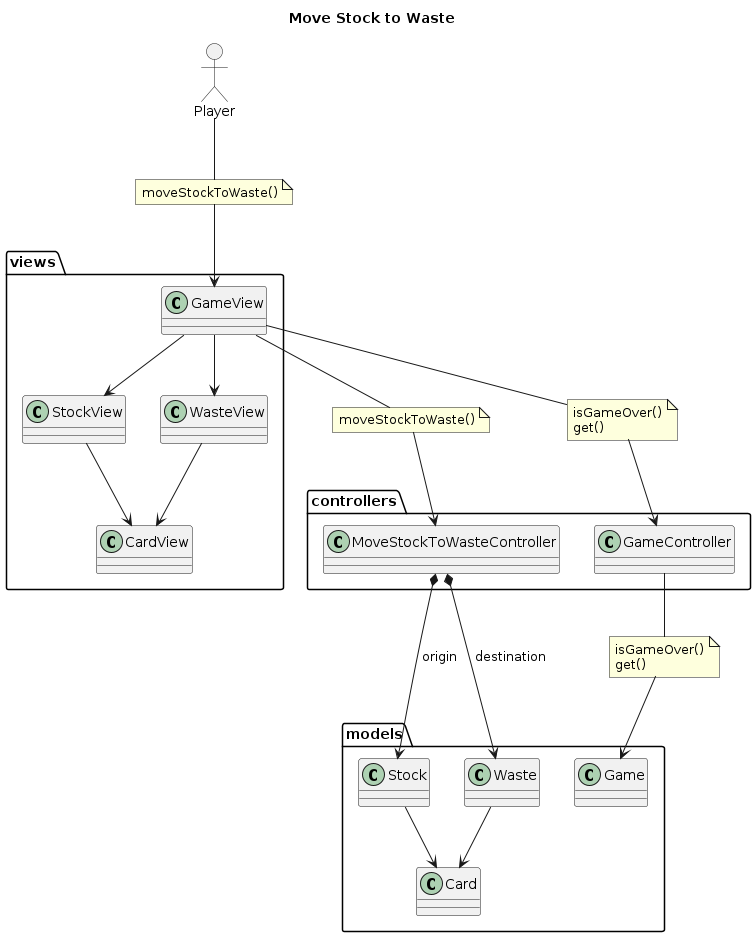
The PlantUML diagram 03-analisis/MoveStockToWaste.png in marinasayols/MDWP1RUP-Klondike, before a commit.
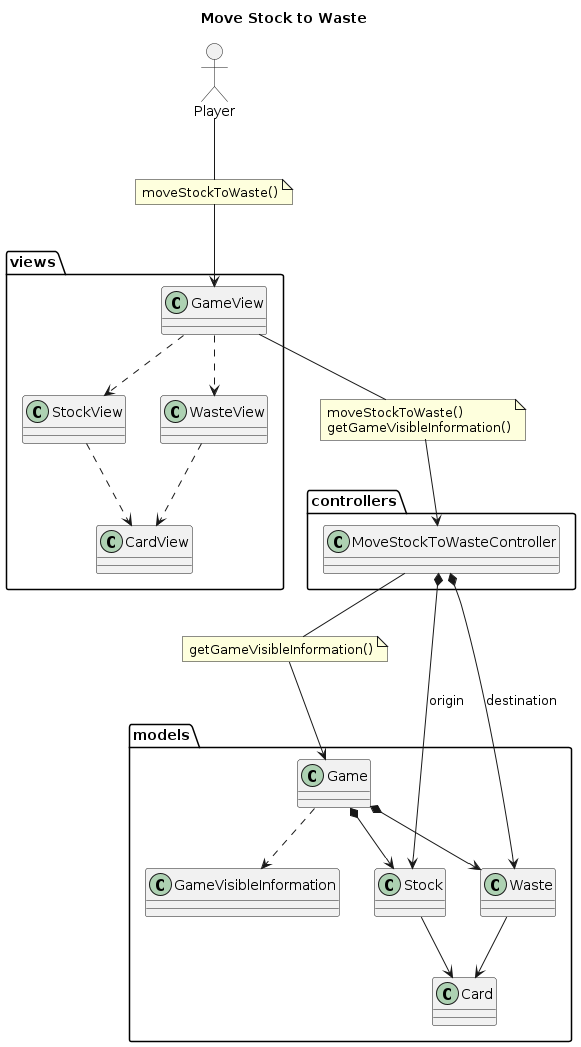
Above is the later version.

Commit message:
Update MoveStockToWaste and Add saveGame

The edit, as a diff of the source:
```diff
@@ -4,9 +4,8 @@
 title Move Stock to Waste
 
 note "moveStockToWaste()" as n1
-note "moveStockToWaste()" as n2
-note "isGameOver()\nget()" as n3
-note "isGameOver()\nget()" as n4
+note "moveStockToWaste()\ngetGameVisibleInformation()" as n2
+note "getGameVisibleInformation()" as n3
 
 package views {
 	class GameView
@@ -17,7 +16,6 @@
 
 package controllers {
 	class "MoveStockToWasteController" as controller1
-        class "GameController" as controller2
 }
 
 package models {
@@ -25,31 +23,30 @@
 	class Waste
         class Card
         class Game
+        class GameVisibleInformation
 }
 
 actor Player
 Player -- n1
 n1 --> GameView
 
-GameView --> StockView
+GameView..> StockView
+GameView..> WasteView
 
-GameView--> WasteView
-
-StockView--> CardView
-WasteView--> CardView
+StockView..> CardView
+WasteView..> CardView
 
 GameView-- n2
 n2 --> controller1
 
-GameView-- n3
-n3 --> controller2
-
 controller1*--> Stock: origin
 controller1*--> Waste: destination
+controller1 -- n3
+n3 --> Game
 
-controller2-- n4
-n4 --> Game
-
+Game *--> Stock
+Game *--> Waste
+Game..> GameVisibleInformation
 Stock--> Card
 Waste--> Card
 
```
